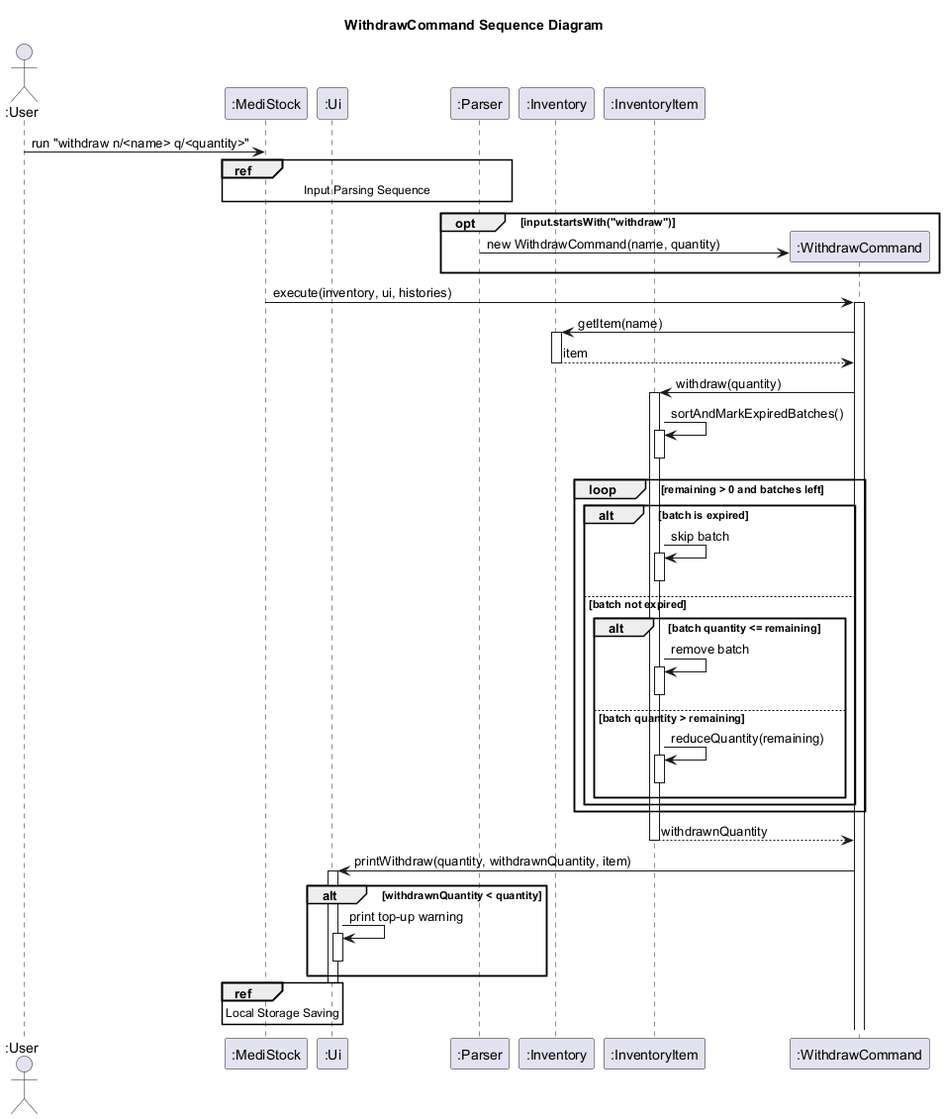
Before: docs/diagrams/WithdrawCommandSequenceDiagram.png, a diagram exported from PlantUML (AY2526S2-CS2113-T05-2/tp). The source it was exported from:
```plantuml
@startuml
title WithdrawCommand Sequence Diagram

actor ":User" as User
participant ":MediStock" as App
participant ":Ui" as Ui
participant ":Parser" as Parser
participant ":Inventory" as Inventory
participant ":InventoryItem" as Item

User -> App : run "withdraw n/<name> q/<quantity>"
ref over App, Ui, Parser
    Input Parsing Sequence
end
opt input.startsWith("withdraw")
    create ":WithdrawCommand" as WithdrawCommand
    Parser -> WithdrawCommand : new WithdrawCommand(name, quantity)
end
App -> WithdrawCommand ++: execute(inventory, ui, histories)

WithdrawCommand -> Inventory ++: getItem(name)
return item

WithdrawCommand -> Item ++: withdraw(quantity)

Item -> Item : sortAndMarkExpiredBatches()
activate Item
deactivate Item

loop remaining > 0 and batches left
    alt batch is expired
        Item -> Item : skip batch
        activate Item
        deactivate Item
    else batch not expired
        alt batch quantity <= remaining
            Item -> Item : remove batch
            activate Item
            deactivate Item
        else batch quantity > remaining
            Item -> Item : reduceQuantity(remaining)
            activate Item
            deactivate Item
        end
    end
end

return withdrawnQuantity

WithdrawCommand -> Ui ++: printWithdraw(quantity, withdrawnQuantity, item)
alt withdrawnQuantity < quantity
    Ui -> Ui : print top-up warning
    activate Ui
    deactivate Ui
end
deactivate Ui

ref over App
    Local Storage Saving
end
@enduml
```
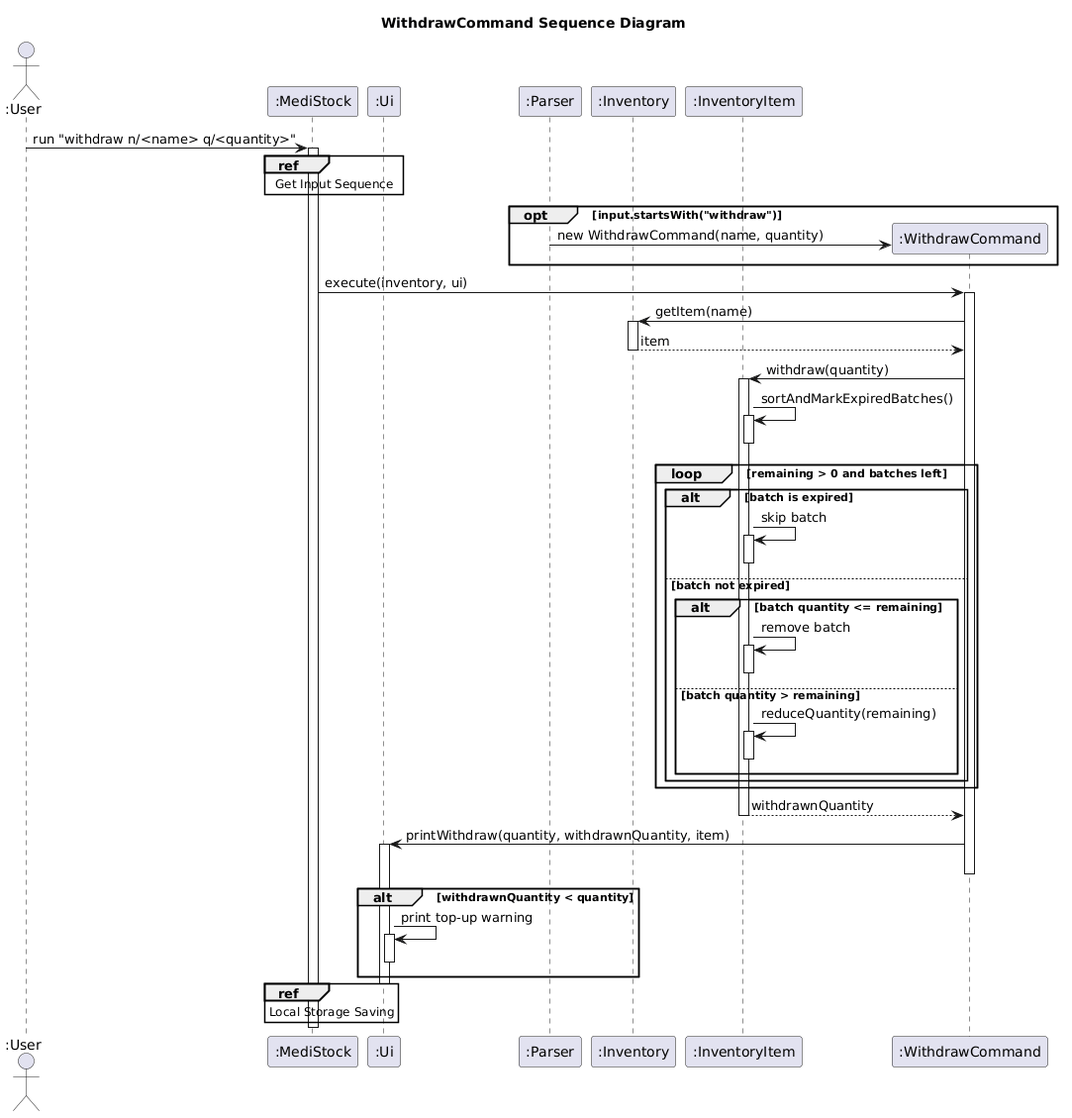
Later version of the same file.

Commit message:
Updated WithdrawCommand sequence diagrams

Change to the diagram source:
```diff
@@ -9,14 +9,15 @@
 participant ":InventoryItem" as Item
 
 User -> App : run "withdraw n/<name> q/<quantity>"
-ref over App, Ui, Parser
-    Input Parsing Sequence
+activate App
+ref over App, Ui
+    Get Input Sequence
 end
 opt input.startsWith("withdraw")
     create ":WithdrawCommand" as WithdrawCommand
     Parser -> WithdrawCommand : new WithdrawCommand(name, quantity)
 end
-App -> WithdrawCommand ++: execute(inventory, ui, histories)
+App -> WithdrawCommand ++: execute(inventory, ui)
 
 WithdrawCommand -> Inventory ++: getItem(name)
 return item
@@ -48,6 +49,8 @@
 return withdrawnQuantity
 
 WithdrawCommand -> Ui ++: printWithdraw(quantity, withdrawnQuantity, item)
+deactivate WithdrawCommand
+
 alt withdrawnQuantity < quantity
     Ui -> Ui : print top-up warning
     activate Ui
@@ -58,4 +61,5 @@
 ref over App
     Local Storage Saving
 end
+deactivate App
 @enduml
```
